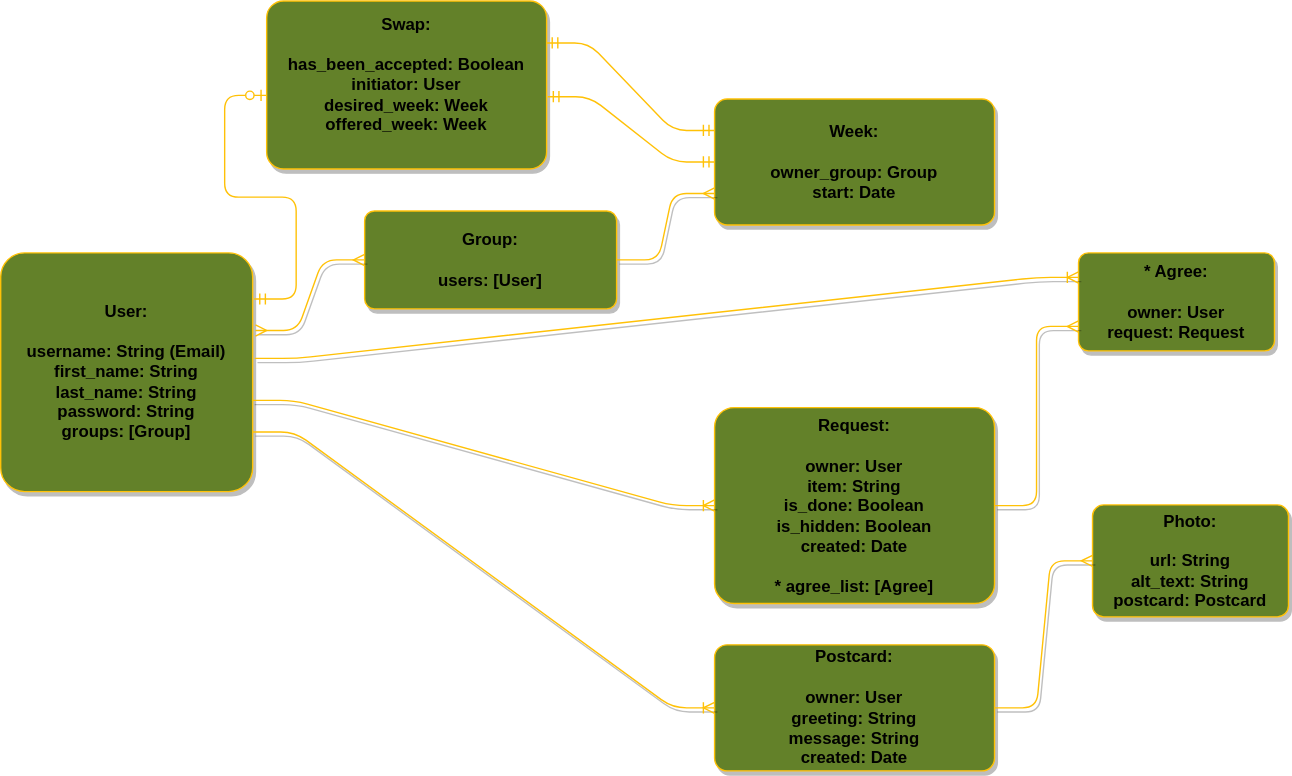
Before: erd.drawio.svg, a diagram exported from draw.io (benhammondmusic/littlecabin). Source tidied: cells renumbered, new cells last; positions are measured from the earlier drawing's top-left corner, leaving out a move shared by most shapes.
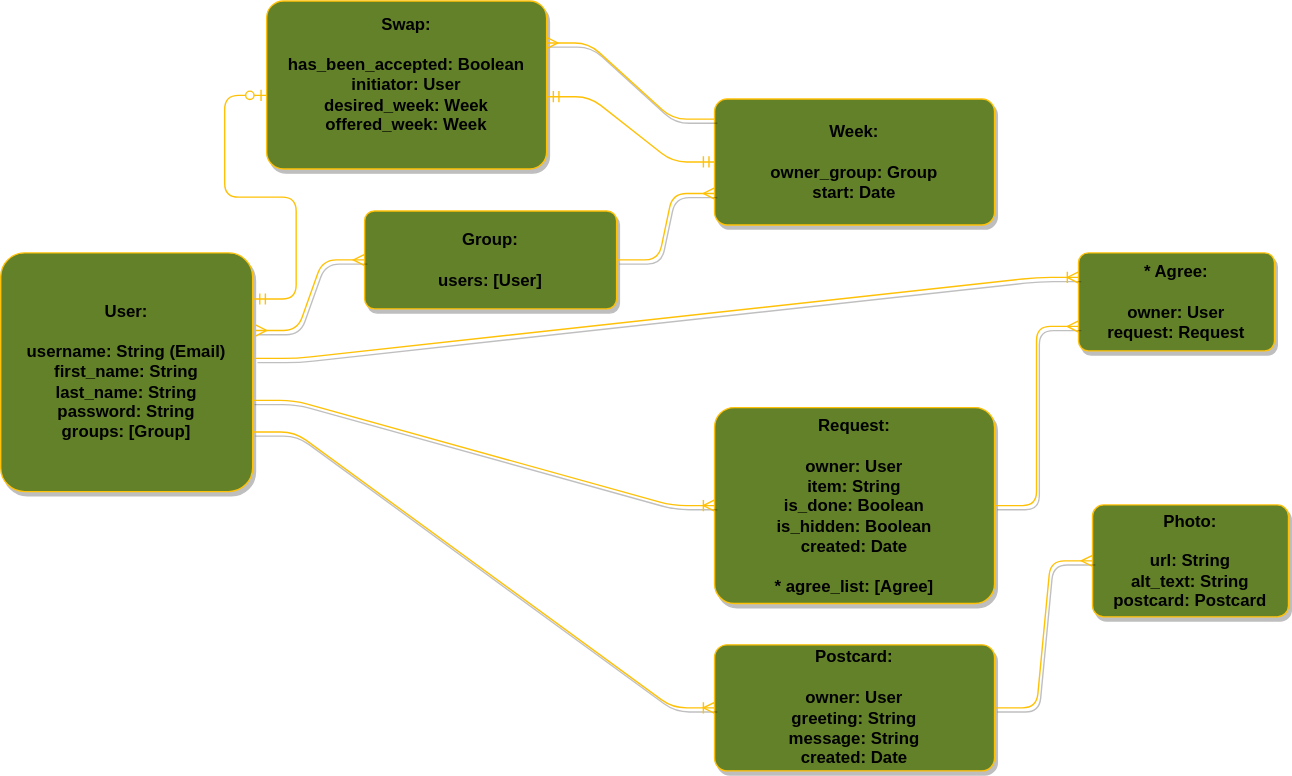
After the change.

What changed in the source:
```diff
@@ -47,14 +47,14 @@
     <mxCell id="16" value="&lt;b&gt;Swap:&lt;br&gt;&lt;br&gt;has_been_accepted: Boolean&lt;br&gt;initiator: User&lt;br&gt;desired_week: Week&lt;br&gt;offered_week: Week&lt;br&gt;&lt;br&gt;&lt;/b&gt;" style="rounded=1;arcSize=10;whiteSpace=wrap;html=1;align=center;fillColor=#638129;strokeColor=#ffc107;shadow=1;" parent="1" vertex="1">
       <mxGeometry x="190" width="200" height="120" as="geometry" />
     </mxCell>
-    <mxCell id="17" style="edgeStyle=entityRelationEdgeStyle;fontSize=12;html=1;endArrow=ERmandOne;startArrow=ERmandOne;exitX=1;exitY=0.25;exitDx=0;exitDy=0;entryX=0;entryY=0.25;entryDx=0;entryDy=0;strokeColor=#FFC107;" parent="1" edge="1" source="16" target="3">
-      <mxGeometry relative="1" as="geometry" />
-    </mxCell>
     <mxCell id="18" style="edgeStyle=entityRelationEdgeStyle;fontSize=12;html=1;endArrow=ERmandOne;startArrow=ERmandOne;exitX=1.004;exitY=0.57;exitDx=0;exitDy=0;entryX=0;entryY=0.5;entryDx=0;entryDy=0;exitPerimeter=0;strokeColor=#FFC107;" parent="1" edge="1" source="16" target="3">
       <mxGeometry relative="1" as="geometry" />
     </mxCell>
     <mxCell id="19" style="edgeStyle=entityRelationEdgeStyle;fontSize=12;html=1;endArrow=ERzeroToOne;startArrow=ERmandOne;entryX=0;entryY=0.562;entryDx=0;entryDy=0;entryPerimeter=0;exitX=1.006;exitY=0.193;exitDx=0;exitDy=0;exitPerimeter=0;strokeColor=#FFC107;" parent="1" edge="1" source="2" target="16">
       <mxGeometry relative="1" as="geometry" />
     </mxCell>
+    <mxCell id="20" style="edgeStyle=entityRelationEdgeStyle;fontSize=12;html=1;endArrow=ERmany;entryX=1;entryY=0.25;entryDx=0;entryDy=0;exitX=0;exitY=0.16;exitDx=0;exitDy=0;fillColor=#638129;strokeColor=#ffc107;shadow=1;exitPerimeter=0;" parent="1" edge="1" source="3" target="16">
+      <mxGeometry relative="1" as="geometry" />
+    </mxCell>
   </root>
 </mxGraphModel>
```
